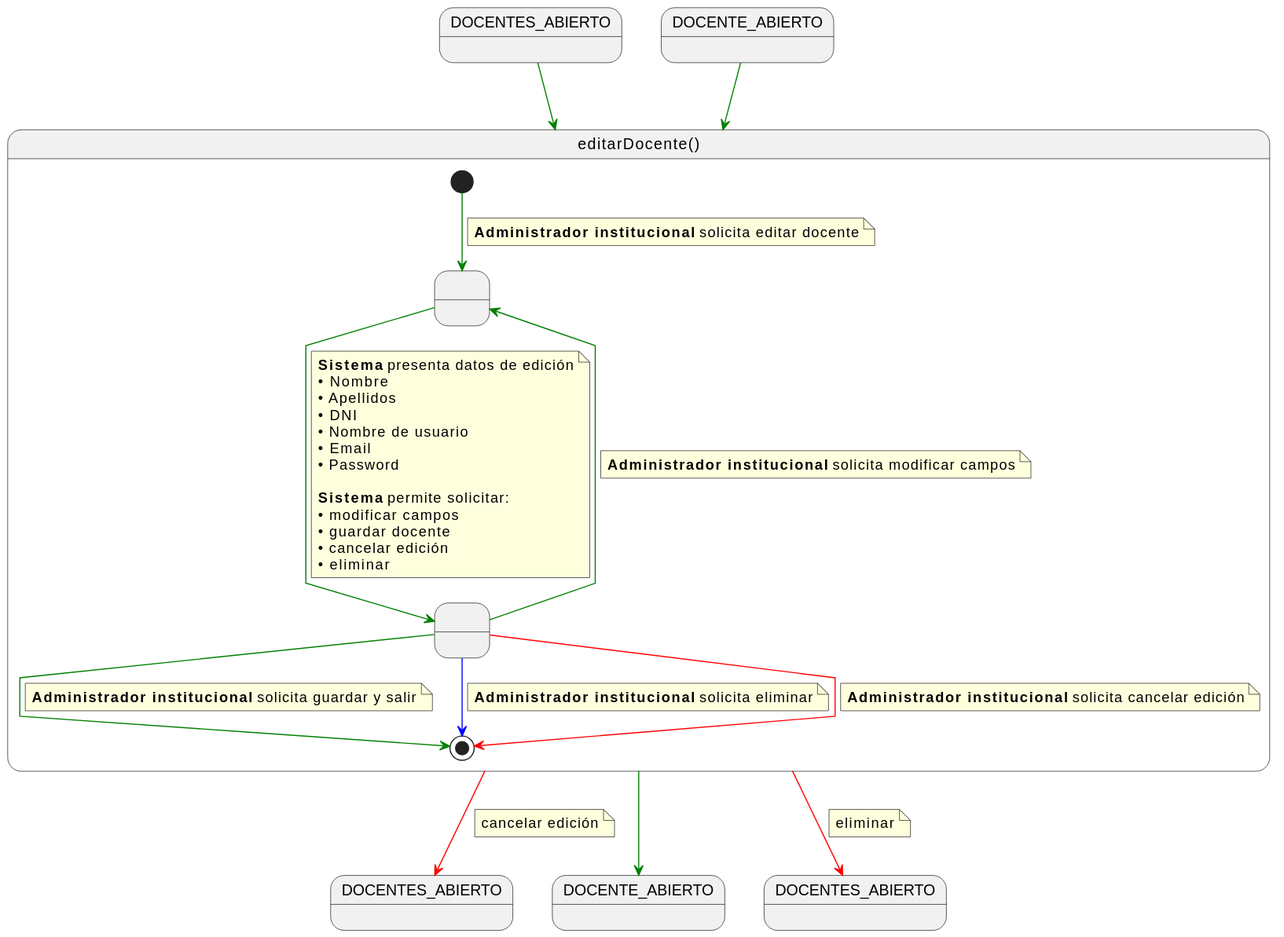
This is documents/casos-de-uso/detalladoCasosDeUso/editarDocente/editarDocente.svg from martinlopez7/25-26-IdSw1-SdR, a PlantUML export, as it was before one commit.
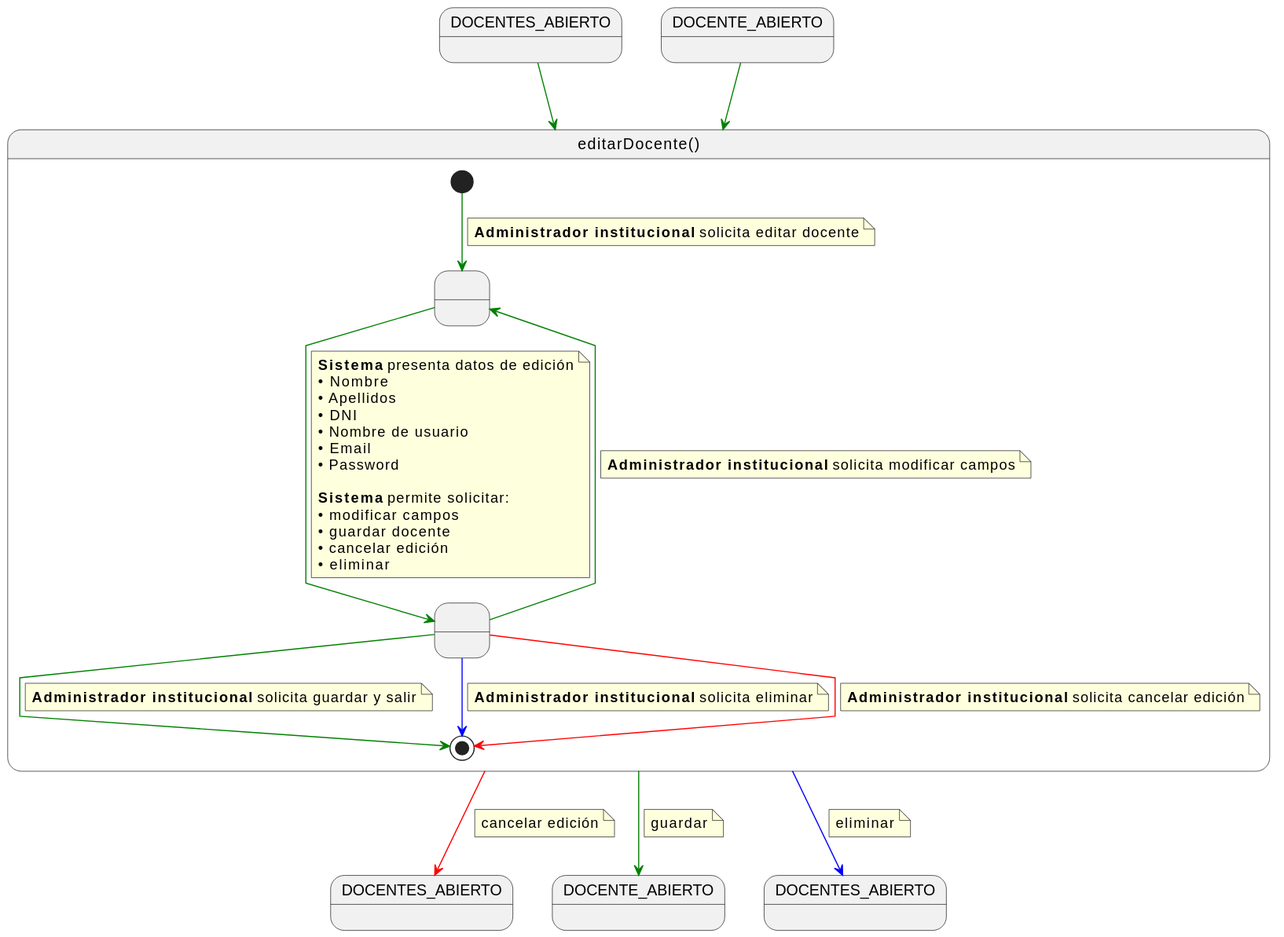
After the change.

Change to the diagram source:
```diff
@@ -60,13 +60,16 @@
 }
 
 editarDocente -[#green]-> DOCENTE_ABIERTO2
+note on link
+guardar
+end note
 
 editarDocente -[#red]-> DOCENTES_ABIERTO2
 note on link
 cancelar edición
 end note
 
-editarDocente -[#red]-> DOCENTES_ABIERTO3
+editarDocente -[#blue]-> DOCENTES_ABIERTO3
 note on link
 eliminar
 end note
```
